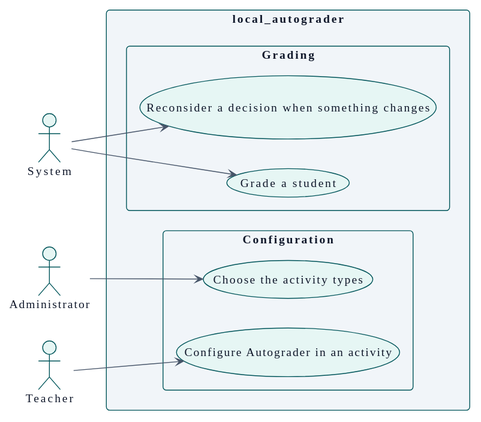
Above: docs/es/technical/requirements/use-case-overview.svg in didactika/moodle-local_autograder (PlantUML), before the change.
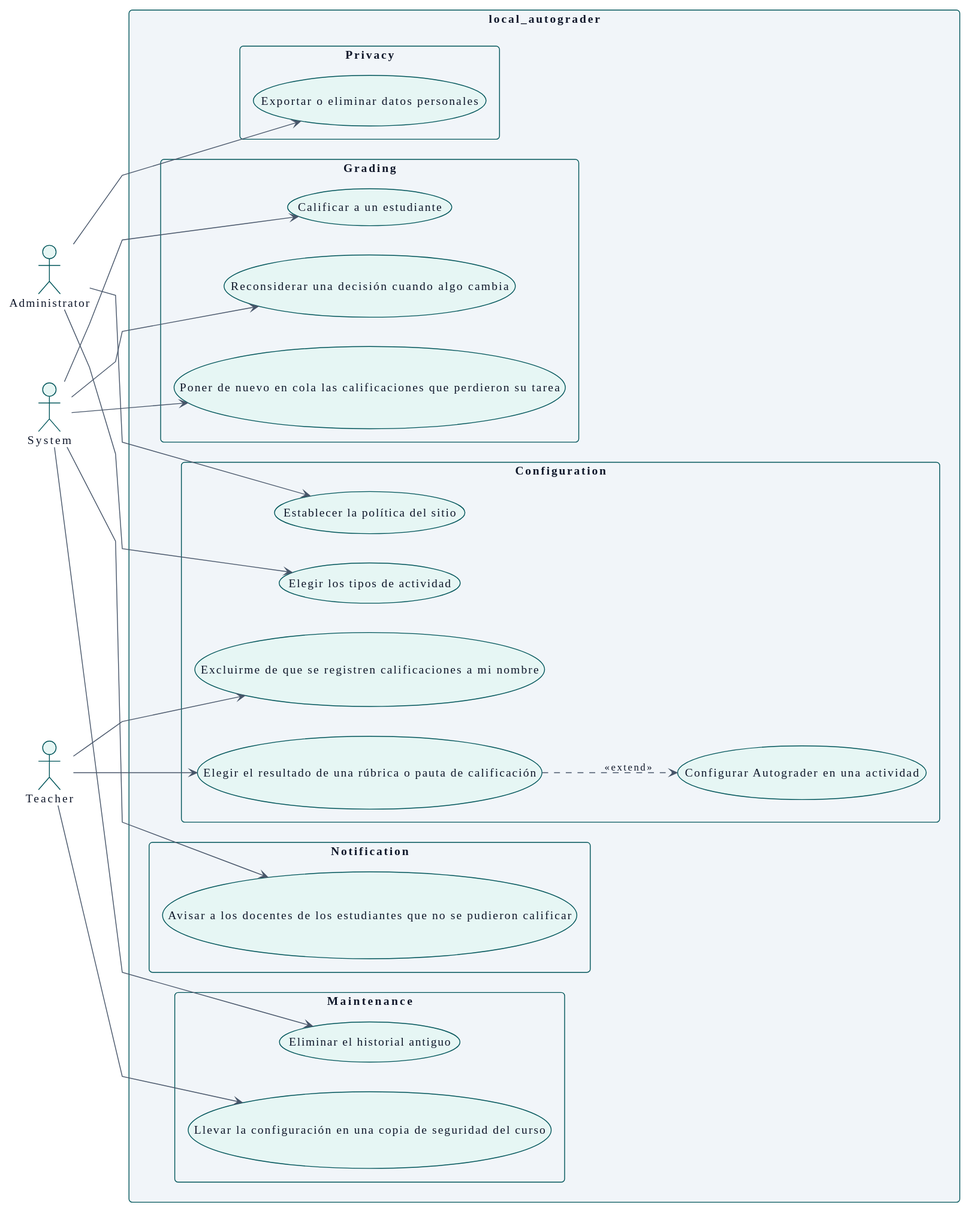
After the change.

What changed in the source:
```diff
@@ -112,17 +112,39 @@
 
 rectangle "local_autograder" {
   package "Configuration" {
-    usecase "Configure Autograder in an activity" as UC_configureAutograder
-    usecase "Choose the activity types" as UC_chooseActivityTypes
+    usecase "Configurar Autograder en una actividad" as UC_configureAutograder
+    usecase "Elegir los tipos de actividad" as UC_chooseActivityTypes
+    usecase "Elegir el resultado de una rúbrica o pauta de calificación" as UC_chooseAdvancedGrade
+    usecase "Excluirme de que se registren calificaciones a mi nombre" as UC_optOutOfGrading
+    usecase "Establecer la política del sitio" as UC_setSitePolicy
   }
   package "Grading" {
-    usecase "Grade a student" as UC_gradeStudent
-    usecase "Reconsider a decision when something changes" as UC_reconsiderDecision
+    usecase "Calificar a un estudiante" as UC_gradeStudent
+    usecase "Reconsiderar una decisión cuando algo cambia" as UC_reconsiderDecision
+    usecase "Poner de nuevo en cola las calificaciones que perdieron su tarea" as UC_requeueLostGrades
+  }
+  package "Notification" {
+    usecase "Avisar a los docentes de los estudiantes que no se pudieron calificar" as UC_notifyFailures
+  }
+  package "Maintenance" {
+    usecase "Eliminar el historial antiguo" as UC_purgeHistory
+    usecase "Llevar la configuración en una copia de seguridad del curso" as UC_carryConfigurationInBackup
+  }
+  package "Privacy" {
+    usecase "Exportar o eliminar datos personales" as UC_managePersonalData
   }
 }
 
-A_Teacher --> UC_configureAutograder
 A_Administrator --> UC_chooseActivityTypes
 A_System --> UC_gradeStudent
 A_System --> UC_reconsiderDecision
+A_Teacher --> UC_chooseAdvancedGrade
+A_Teacher --> UC_optOutOfGrading
+A_Administrator --> UC_setSitePolicy
+A_System --> UC_notifyFailures
+A_System --> UC_requeueLostGrades
+A_System --> UC_purgeHistory
+A_Teacher --> UC_carryConfigurationInBackup
+A_Administrator --> UC_managePersonalData
+UC_chooseAdvancedGrade ..> UC_configureAutograder : <<extend>>
 @enduml
```
